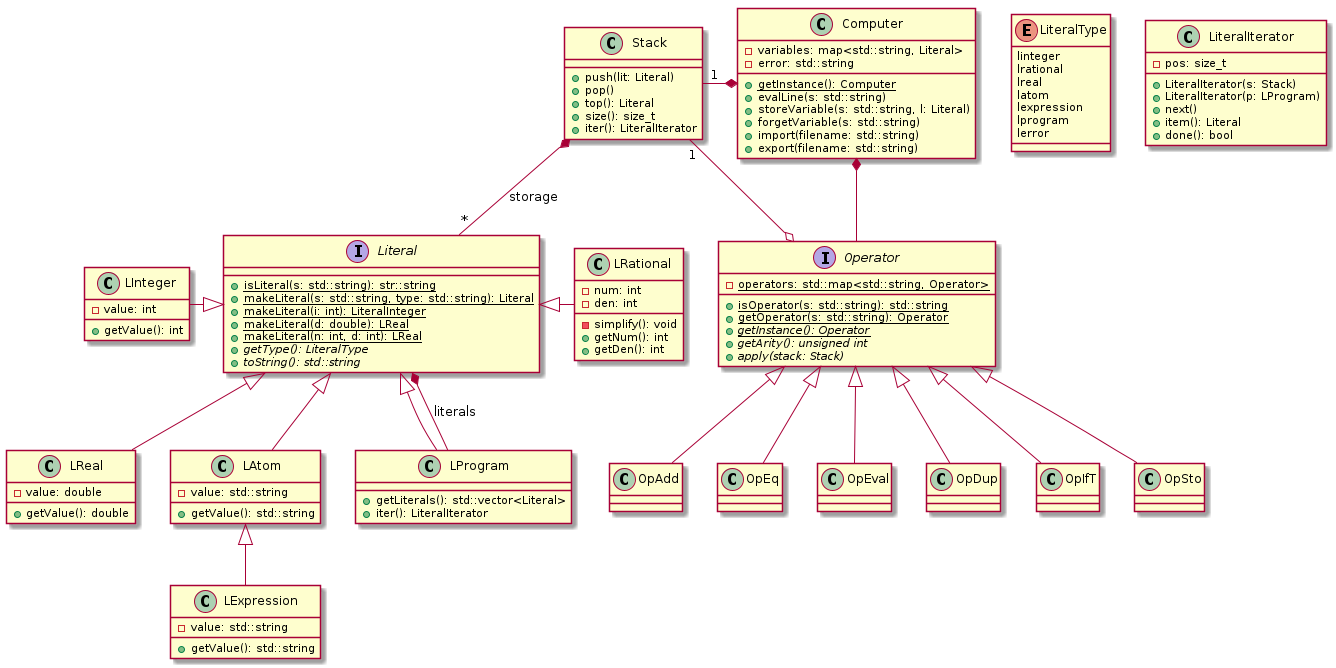
This is UML/comput.png from pltheoclement/LO21, a PlantUML export, as it was before one commit. Source of this version:
```plantuml
@startuml

class Computer{
    -variables: map<std::string, Literal>
    -error: std::string
    +{static}getInstance(): Computer
    +evalLine(s: std::string)
    +storeVariable(s: std::string, l: Literal)
    +forgetVariable(s: std::string)
    +import(filename: std::string)
    +export(filename: std::string)
}
Stack "1" -left-* Computer

enum LiteralType{
    linteger
    lrational
    lreal
    latom
    lexpression
    lprogram
    lerror
}

interface Literal{
    +{static}isLiteral(s: std::string): str::string
    +{static}makeLiteral(s: std::string, type: std::string): Literal
    +{static}makeLiteral(i: int): LiteralInteger
    +{static}makeLiteral(d: double): LReal
    +{static}makeLiteral(n: int, d: int): LReal
    +{abstract}getType(): LiteralType
    +{abstract}toString(): std::string
}

class LInteger{
    -value: int
    +getValue(): int
}
Literal <|-left- LInteger

class LRational{
    -num: int
    -den: int
    -simplify(): void
    +getNum(): int
    +getDen(): int
}
Literal <|-right- LRational

class LReal{
    -value: double
    +getValue(): double
}
Literal <|-- LReal

class LAtom{
    -value: std::string
    +getValue(): std::string
}
Literal <|-- LAtom

class LExpression{
    -value: std::string
    +getValue(): std::string
}
LAtom <|-- LExpression

class LProgram{
    +getLiterals(): std::vector<Literal>
    +iter(): LiteralIterator
}
LProgram --* Literal: literals
Literal <|-- LProgram

class Stack{
    +push(lit: Literal)
    +pop()
    +top(): Literal
    +size(): size_t
    +iter(): LiteralIterator
}
Stack *-- "*" Literal: storage

class LiteralIterator{
    -pos: size_t
    +LiteralIterator(s: Stack)
    +LiteralIterator(p: LProgram)
    +next()
    +item(): Literal
    +done(): bool
}

interface Operator{
    -{static}operators: std::map<std::string, Operator>
    +{static}isOperator(s: std::string): std::string
    +{static}getOperator(s: std::string): Operator
    +{static}{abstract}getInstance(): Operator
    +{abstract}getArity(): unsigned int
    +{abstract}apply(stack: Stack)
}

Operator o-left- "1" Stack
Computer *-- Operator

Operator <|-- OpAdd
Operator <|-- OpEq
Operator <|-- OpEval
Operator <|-- OpDup
Operator <|-- OpIfT
Operator <|-- OpSto
@enduml
```
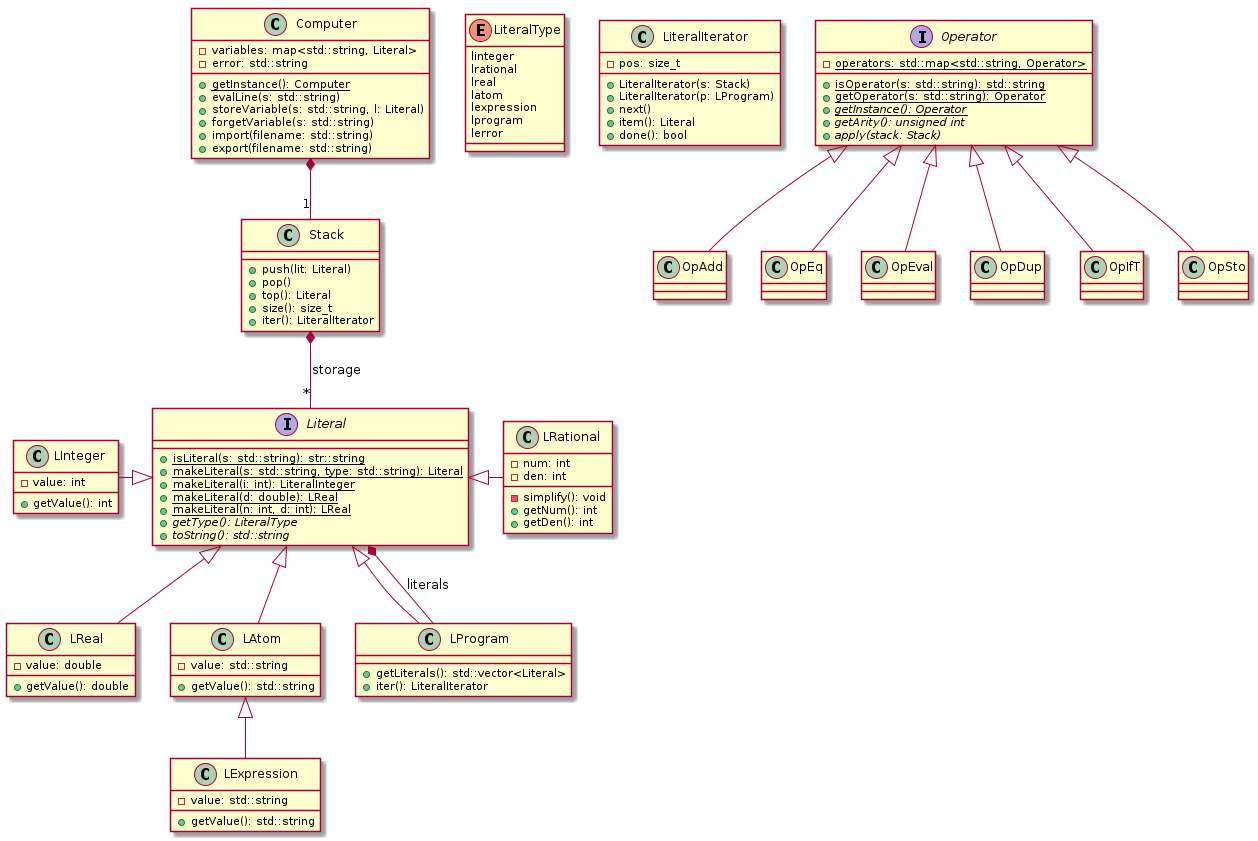
Later version of the same file.

Change to the diagram source:
```diff
@@ -10,7 +10,7 @@
     +import(filename: std::string)
     +export(filename: std::string)
 }
-Stack "1" -left-* Computer
+Stack "1" -down-* Computer
 
 enum LiteralType{
     linteger
@@ -99,9 +99,6 @@
     +{abstract}apply(stack: Stack)
 }
 
-Operator o-left- "1" Stack
-Computer *-- Operator
-
 Operator <|-- OpAdd
 Operator <|-- OpEq
 Operator <|-- OpEval
```
